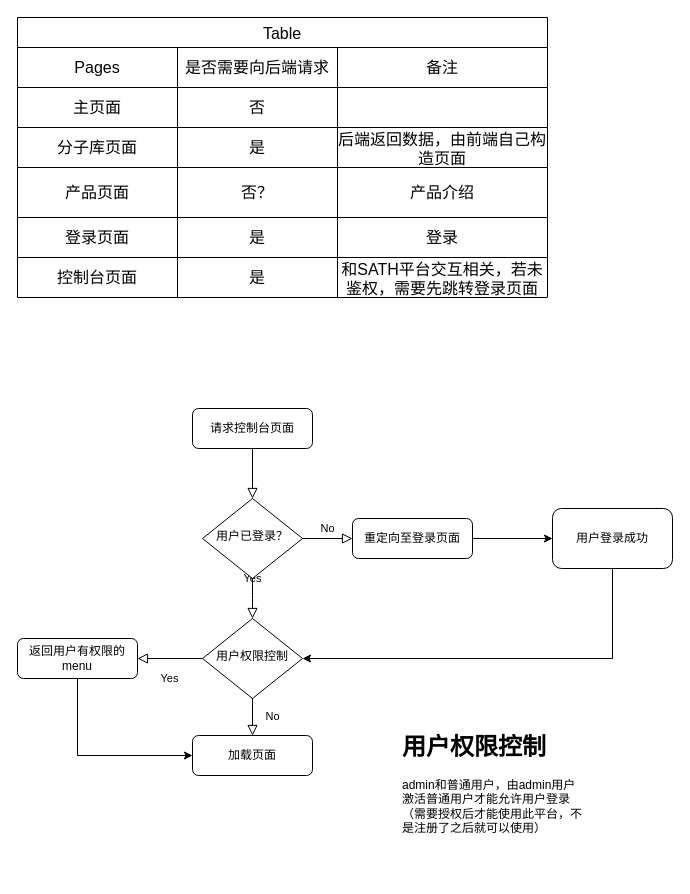
HelloYLee/SystemDesign keeps this draw.io diagram as MedDesign.drawio. Above is the earlier version. Source tidied: cells renumbered, new cells numbered last; positions are measured from the earlier drawing's top-left corner, leaving out a move shared by most shapes. Both pictures are drawn from the tidied source at 100%, with x=0, y=0 at pixel (17, 17).
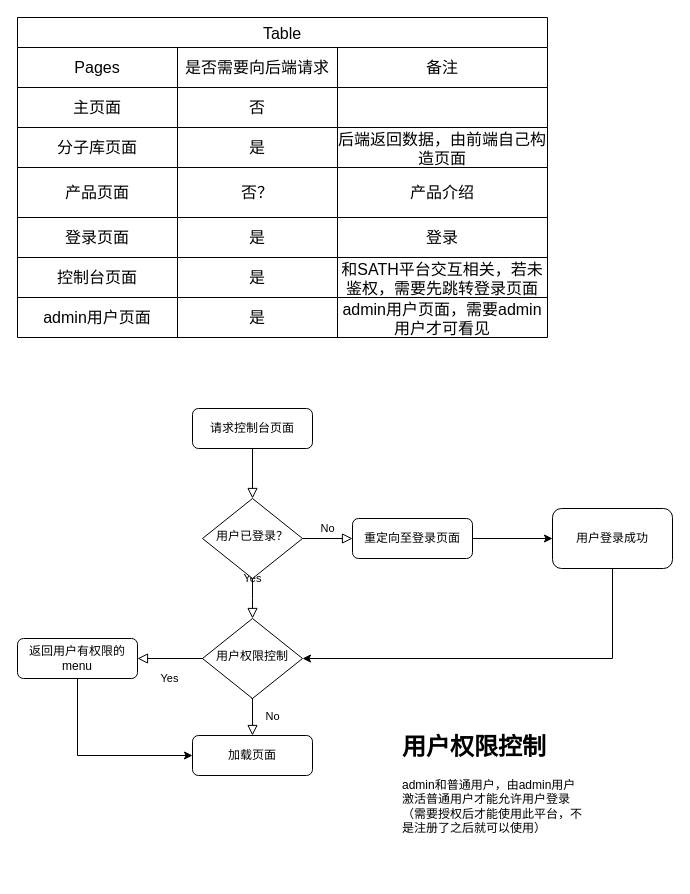
The same page after the edit.

Diff of the diagram source:
```diff
@@
     <mxCell id="2" value="Table" style="shape=table;startSize=30;childLayout=tableLayout;strokeColor=default;fontSize=16;" parent="1" vertex="1">
-      <mxGeometry width="530" height="280" as="geometry" />
+      <mxGeometry width="530" height="320" as="geometry" />
     </mxCell>
@@
+    <mxCell id="43" style="shape=tableRow;horizontal=0;startSize=0;swimlaneHead=0;swimlaneBody=0;strokeColor=inherit;top=0;left=0;bottom=0;right=0;fillColor=none;fontSize=16;" parent="2" vertex="1">
+      <mxGeometry y="280" width="530" height="40" as="geometry" />
+    </mxCell>
+    <mxCell id="44" value="admin用户页面" style="shape=partialRectangle;html=1;whiteSpace=wrap;strokeColor=inherit;overflow=hidden;fillColor=none;top=0;left=0;bottom=0;right=0;fontSize=16;" parent="43" vertex="1">
+      <mxGeometry width="160" height="40" as="geometry" />
+    </mxCell>
+    <mxCell id="45" value="是" style="shape=partialRectangle;html=1;whiteSpace=wrap;strokeColor=inherit;overflow=hidden;fillColor=none;top=0;left=0;bottom=0;right=0;fontSize=16;" parent="43" vertex="1">
+      <mxGeometry x="160" width="160" height="40" as="geometry" />
+    </mxCell>
+    <mxCell id="46" value="admin用户页面，需要admin用户才可看见" style="shape=partialRectangle;html=1;whiteSpace=wrap;strokeColor=inherit;overflow=hidden;fillColor=none;top=0;left=0;bottom=0;right=0;fontSize=16;" parent="43" vertex="1">
+      <mxGeometry x="320" width="210" height="40" as="geometry" />
+    </mxCell>
```
